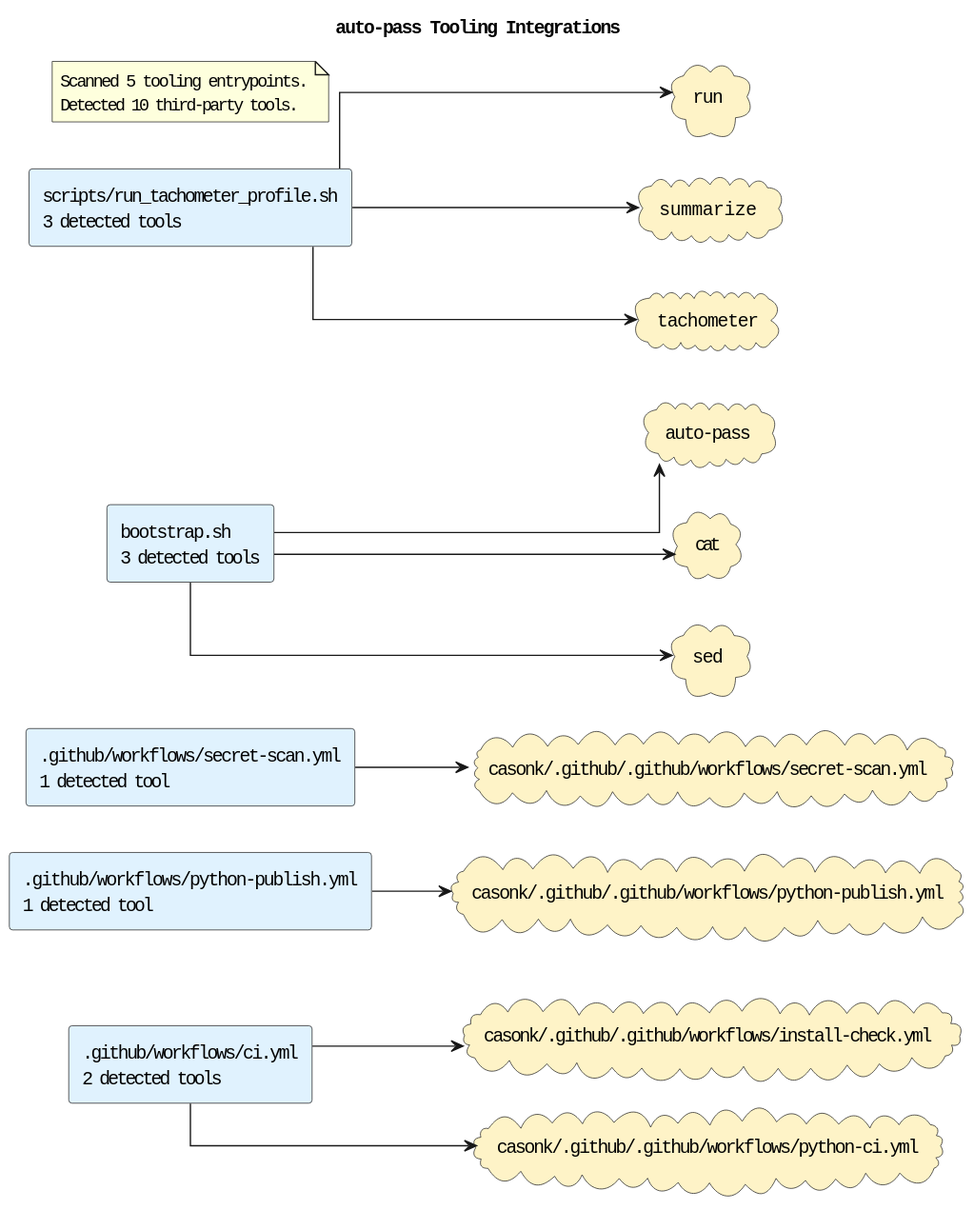
Before: docs/diagrams/tooling-integrations.puml.svg, a diagram exported from PlantUML (casonk/auto-pass).
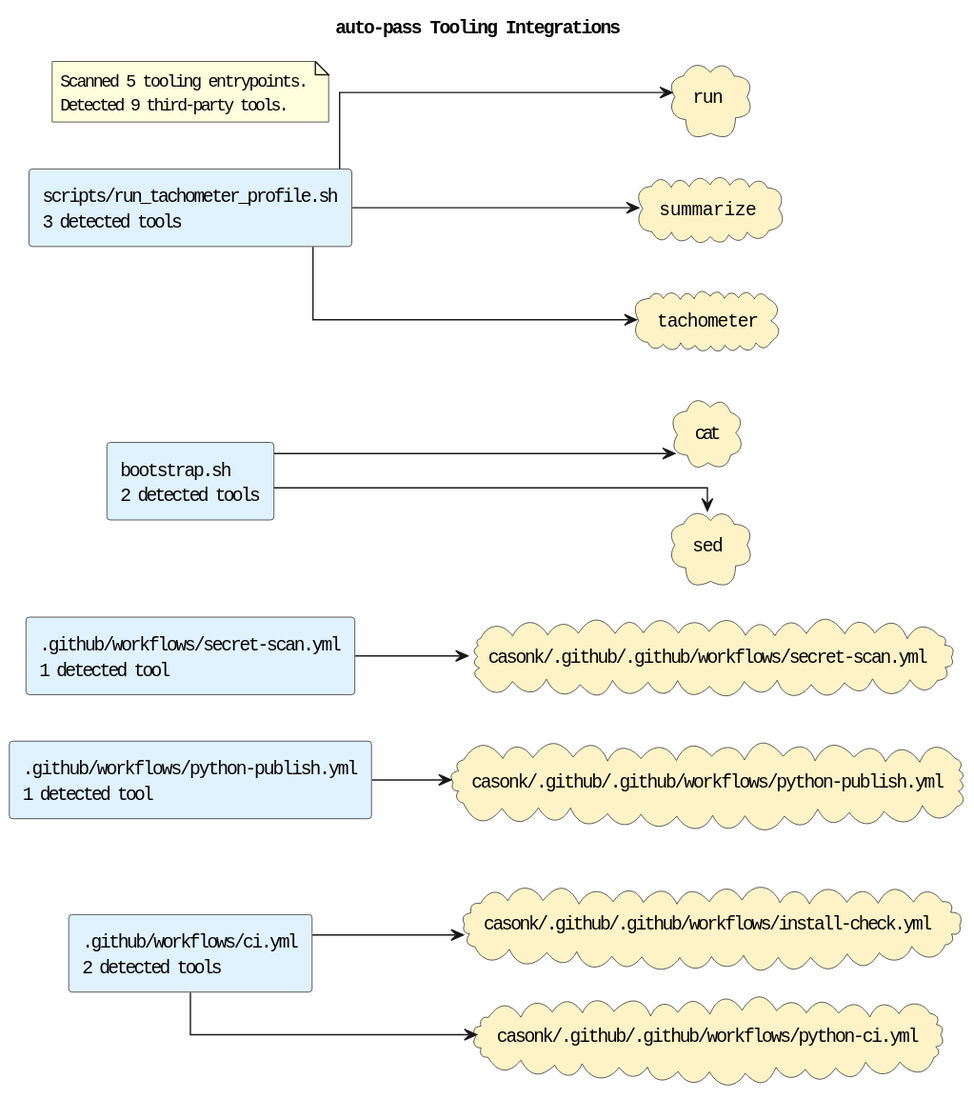
Later version of the same file.

What changed in the source:
```diff
@@ -8,9 +8,8 @@
 rectangle ".github/workflows/ci.yml\n2 detected tools" as source_github_workflows_ci_yml #E0F2FE
 rectangle ".github/workflows/python-publish.yml\n1 detected tool" as source_github_workflows_python_publish_yml #E0F2FE
 rectangle ".github/workflows/secret-scan.yml\n1 detected tool" as source_github_workflows_secret_scan_yml #E0F2FE
-rectangle "bootstrap.sh\n3 detected tools" as source_bootstrap_sh #E0F2FE
+rectangle "bootstrap.sh\n2 detected tools" as source_bootstrap_sh #E0F2FE
 rectangle "scripts/run_tachometer_profile.sh\n3 detected tools" as source_scripts_run_tachometer_profile_sh #E0F2FE
-cloud "auto-pass" as tool_auto_pass #FEF3C7
 cloud "casonk/.github/.github/workflows/install-check.yml" as tool_casonk_github_github_workflows_install_check_yml #FEF3C7
 cloud "casonk/.github/.github/workflows/python-ci.yml" as tool_casonk_github_github_workflows_python_ci_yml #FEF3C7
 cloud "casonk/.github/.github/workflows/python-publish.yml" as tool_casonk_github_github_workflows_python_publish_yml #FEF3C7
@@ -24,7 +23,6 @@
 source_github_workflows_ci_yml --> tool_casonk_github_github_workflows_python_ci_yml
 source_github_workflows_python_publish_yml --> tool_casonk_github_github_workflows_python_publish_yml
 source_github_workflows_secret_scan_yml --> tool_casonk_github_github_workflows_secret_scan_yml
-source_bootstrap_sh --> tool_auto_pass
 source_bootstrap_sh --> tool_cat
 source_bootstrap_sh --> tool_sed
 source_scripts_run_tachometer_profile_sh --> tool_run
@@ -32,6 +30,6 @@
 source_scripts_run_tachometer_profile_sh --> tool_tachometer
 note as toolingGraphSummary
 Scanned 5 tooling entrypoints.
-Detected 10 third-party tools.
+Detected 9 third-party tools.
 end note
 @enduml
```
